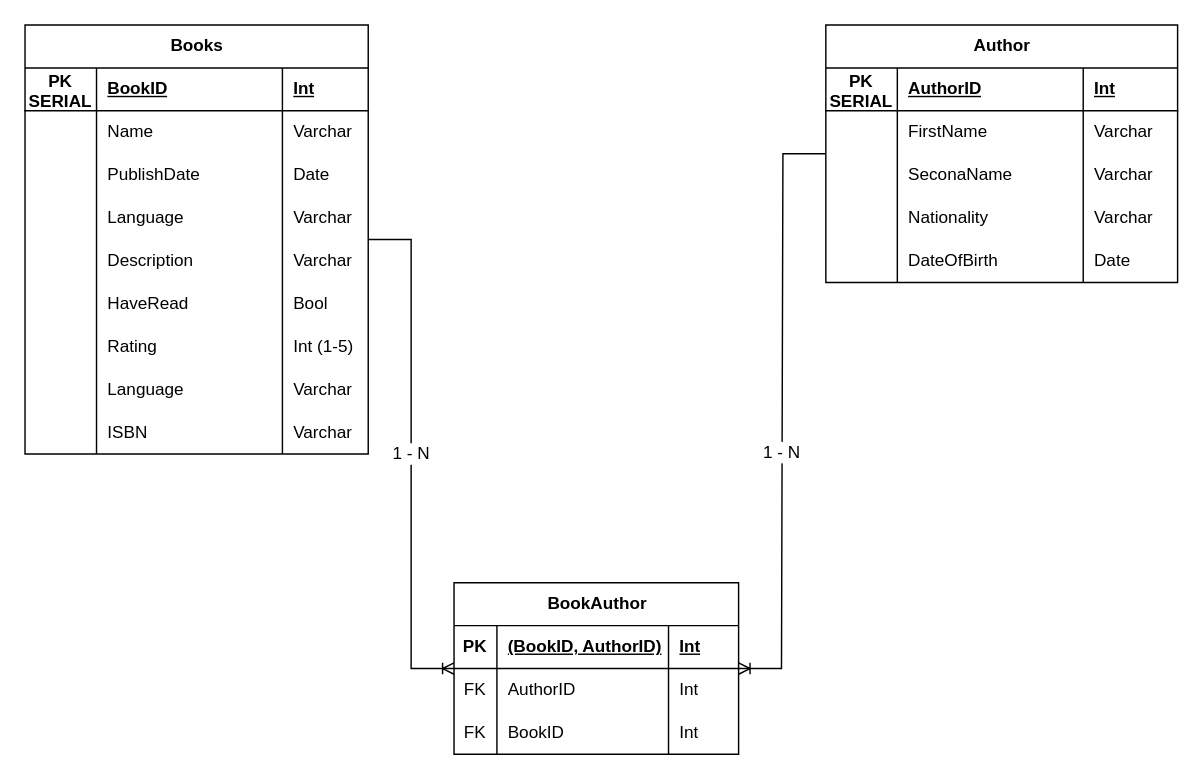
Above: navrhy/DB navrh - elektlabs.drawio in MatyasBalcar/elektlabs-staz (draw.io), before the change. Source tidied: cells renumbered, new cells numbered last; positions are measured from the earlier drawing's top-left corner, leaving out a move shared by most shapes. Both pictures are drawn from the tidied source at 143%, with x=0, y=0 at pixel (24, 24).
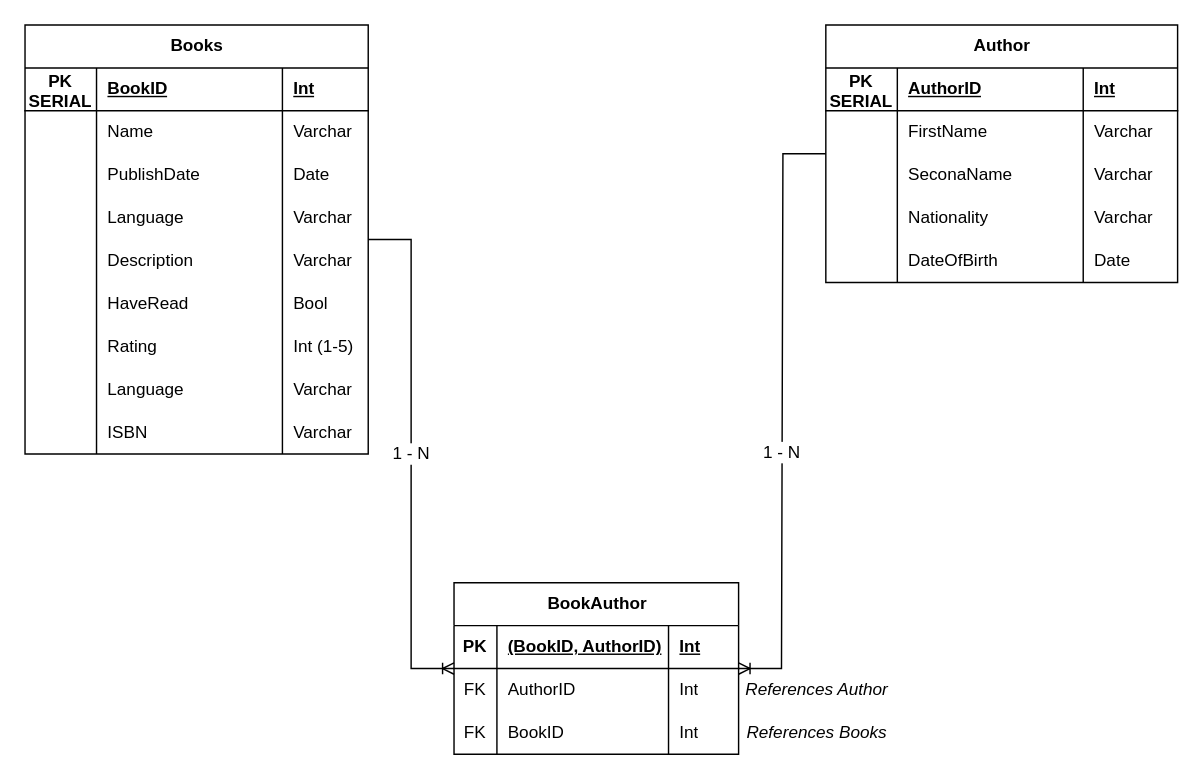
After the change.

Commit message (it also covers changes not shown here):
add `references` to the relation table

What changed in the source:
```diff
@@
+    <mxCell id="75" value="References Author" style="text;html=1;whiteSpace=wrap;strokeColor=none;fillColor=none;align=center;verticalAlign=middle;rounded=0;fontStyle=2;" parent="1" vertex="1">
+      <mxGeometry x="499" y="450" width="110" height="30" as="geometry" />
+    </mxCell>
+    <mxCell id="76" value="References Books" style="text;html=1;whiteSpace=wrap;strokeColor=none;fillColor=none;align=center;verticalAlign=middle;rounded=0;fontStyle=2;" parent="1" vertex="1">
+      <mxGeometry x="499" y="480" width="110" height="30" as="geometry" />
+    </mxCell>
```
